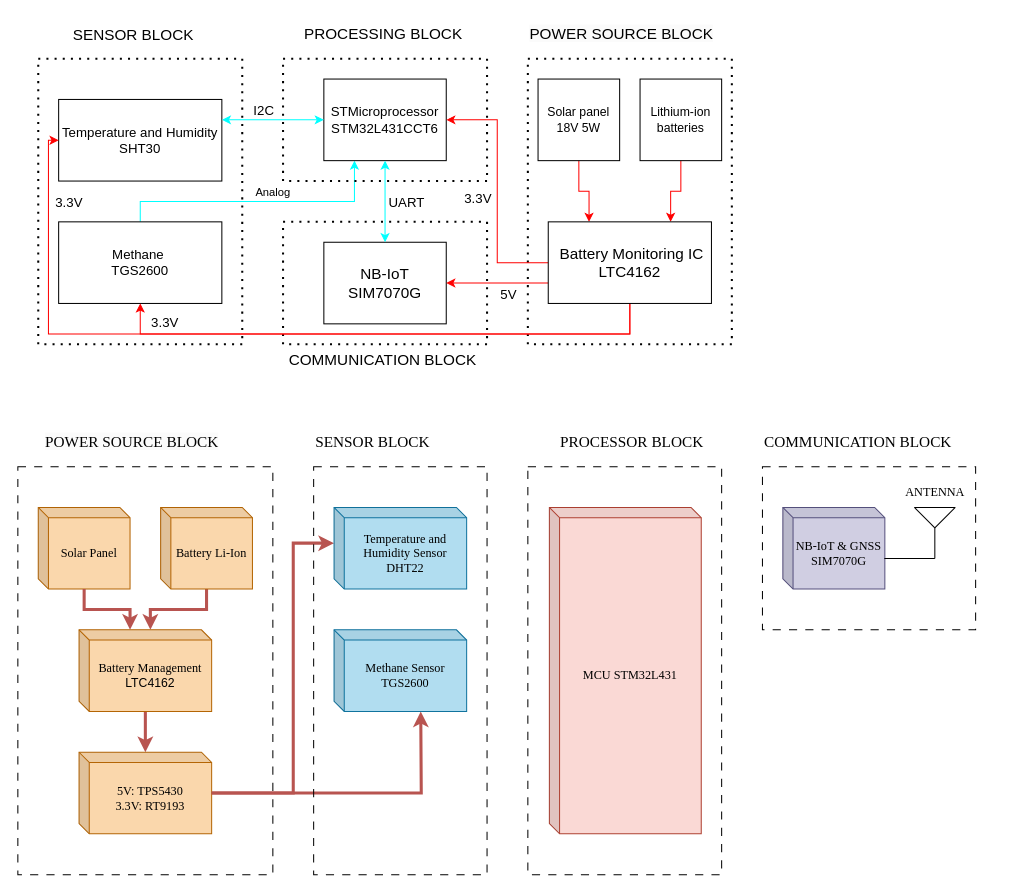
This is Project_overall.drawio from K2ayzz/ForDrawIO, a draw.io file, before an edit. Source tidied: cells renumbered, new cells numbered last; positions are measured from the earlier drawing's top-left corner, leaving out a move shared by most shapes. Both pictures are drawn from the tidied source at 102%, with x=0, y=0 at pixel (17, 17).
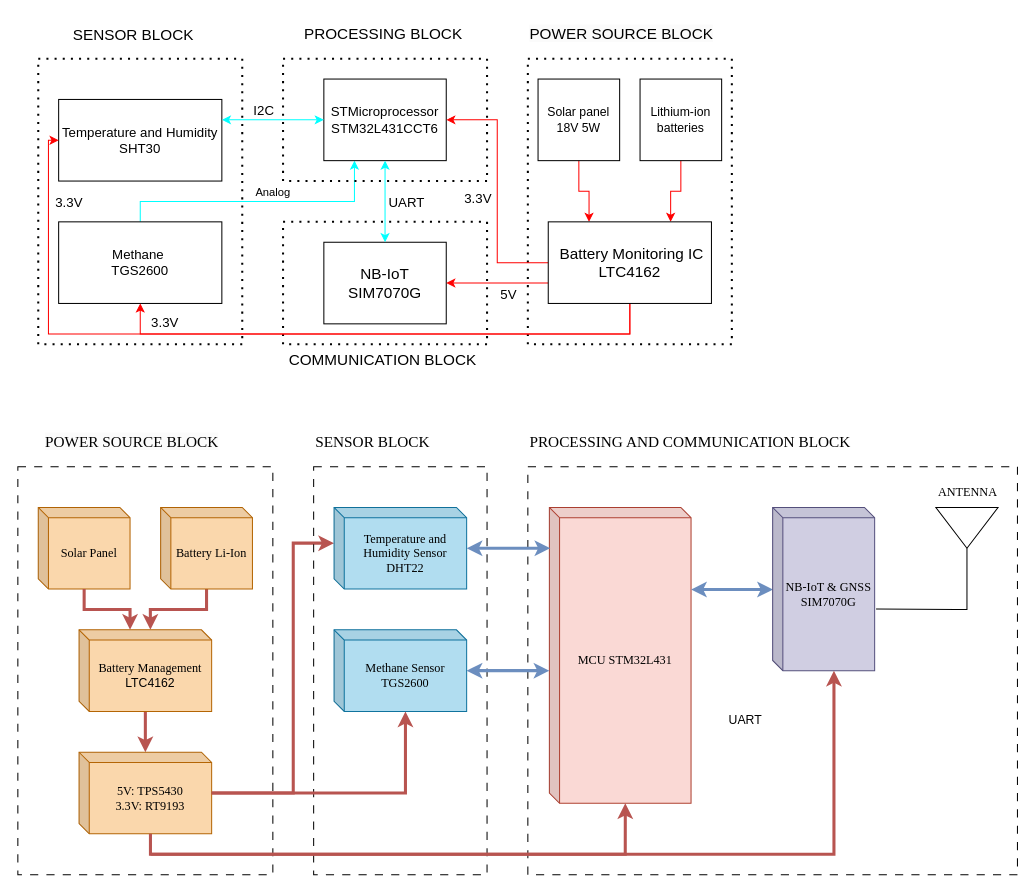
The same diagram, later.

Commit message (it also covers changes not shown here):
Cập nhật Project_overall.drawio

The change refers to these unchanged cells:
```xml
<mxCell id="44" value="&lt;font face=&quot;Times New Roman&quot;&gt;5V: TPS5430&lt;/font&gt;&lt;div&gt;&lt;font face=&quot;Times New Roman&quot;&gt;3.3V: RT9193&lt;/font&gt;&lt;/div&gt;" style="shape=cube;whiteSpace=wrap;html=1;boundedLbl=1;backgroundOutline=1;darkOpacity=0.05;darkOpacity2=0.1;size=10;fillColor=#fad7ac;strokeColor=#b46504;" parent="1" vertex="1">
  <mxGeometry x="60" y="720" width="130" height="80" as="geometry" />
</mxCell>
<mxCell id="58" value="&lt;font face=&quot;Times New Roman&quot;&gt;Temperature and Humidity Sensor DHT22&lt;/font&gt;" style="shape=cube;whiteSpace=wrap;html=1;boundedLbl=1;backgroundOutline=1;darkOpacity=0.05;darkOpacity2=0.1;size=10;fillColor=#b1ddf0;strokeColor=#10739e;" parent="1" vertex="1">
  <mxGeometry x="310" y="480" width="130" height="80" as="geometry" />
</mxCell>
<mxCell id="59" value="&lt;font face=&quot;Times New Roman&quot;&gt;Methane Sensor TGS2600&lt;/font&gt;" style="shape=cube;whiteSpace=wrap;html=1;boundedLbl=1;backgroundOutline=1;darkOpacity=0.05;darkOpacity2=0.1;size=10;fillColor=#b1ddf0;strokeColor=#10739e;" parent="1" vertex="1">
  <mxGeometry x="310" y="600" width="130" height="80" as="geometry" />
</mxCell>
```

The edit, as a diff of the source:
```diff
@@
-    <mxCell id="41" value="&lt;div style=&quot;text-align: center;&quot;&gt;&lt;span style=&quot;background-color: initial; font-size: 15px;&quot;&gt;&lt;font face=&quot;Times New Roman&quot;&gt;PROCESSOR BLOCK&lt;/font&gt;&lt;/span&gt;&lt;/div&gt;" style="text;whiteSpace=wrap;html=1;" parent="1" vertex="1">
-      <mxGeometry x="530" y="400" width="220" height="30" as="geometry" />
+    <mxCell id="41" value="&lt;div style=&quot;text-align: center;&quot;&gt;&lt;span style=&quot;background-color: initial; font-size: 15px;&quot;&gt;&lt;font face=&quot;Times New Roman&quot;&gt;PROCESSING AND COMMUNICATION BLOCK&lt;/font&gt;&lt;/span&gt;&lt;/div&gt;" style="text;whiteSpace=wrap;html=1;" parent="1" vertex="1">
+      <mxGeometry x="500" y="400" width="320" height="30" as="geometry" />
     </mxCell>
-    <mxCell id="42" value="&lt;div style=&quot;text-align: center;&quot;&gt;&lt;span style=&quot;background-color: initial; font-size: 15px;&quot;&gt;&lt;font face=&quot;Times New Roman&quot;&gt;COMMUNICATION BLOCK&lt;/font&gt;&lt;/span&gt;&lt;/div&gt;" style="text;whiteSpace=wrap;html=1;" parent="1" vertex="1">
-      <mxGeometry x="730" y="400" width="220" height="40" as="geometry" />
-    </mxCell>
     <mxCell id="43" value="&lt;font style=&quot;font-size: 12px;&quot; face=&quot;Times New Roman&quot;&gt;ANTENNA&lt;/font&gt;" style="text;html=1;align=center;verticalAlign=middle;strokeColor=none;fillColor=none;" parent="1" vertex="1">
-      <mxGeometry x="859" y="450" width="80" height="30" as="geometry" />
+      <mxGeometry x="890.5" y="450" width="80" height="30" as="geometry" />
     </mxCell>
@@
-    <mxCell id="45" style="edgeStyle=orthogonalEdgeStyle;rounded=0;jettySize=auto;html=1;entryX=0;entryY=0;entryDx=85;entryDy=80;entryPerimeter=0;fontFamily=Helvetica;fontSize=12;fontColor=default;fillColor=#f8cecc;gradientColor=#ea6b66;strokeColor=#b85450;strokeWidth=3;" parent="1" edge="1" source="44">
-      <mxGeometry relative="1" as="geometry">
-        <mxPoint x="395" y="680" as="targetPoint" />
-      </mxGeometry>
-    </mxCell>
@@
-    <mxCell id="49" style="rounded=0;whiteSpace=wrap;html=1;glass=0;fillColor=none;dashed=1;dashPattern=8 8;" parent="1" vertex="1">
-      <mxGeometry x="730" y="440" width="209" height="160" as="geometry" />
-    </mxCell>
-    <mxCell id="50" value="&lt;font face=&quot;Times New Roman&quot;&gt;NB-IoT &amp;amp; GNSS SIM7070G&lt;/font&gt;" style="shape=cube;whiteSpace=wrap;html=1;boundedLbl=1;backgroundOutline=1;darkOpacity=0.05;darkOpacity2=0.1;size=10;fillColor=#d0cee2;strokeColor=#56517e;" parent="1" vertex="1">
-      <mxGeometry x="750" y="480" width="100" height="80" as="geometry" />
-    </mxCell>
-    <mxCell id="51" style="endArrow=none;html=1;rounded=0;exitX=0.995;exitY=0.625;exitDx=0;exitDy=0;exitPerimeter=0;" parent="1" edge="1" source="50">
-      <mxGeometry relative="1" as="geometry">
-        <mxPoint x="899" y="530" as="targetPoint" />
-        <Array as="points">
-          <mxPoint x="889" y="530" />
-        </Array>
-      </mxGeometry>
-    </mxCell>
-    <mxCell id="52" style="endArrow=none;html=1;rounded=0;" parent="1" edge="1">
-      <mxGeometry relative="1" as="geometry">
-        <mxPoint x="899" y="500" as="sourcePoint" />
-        <mxPoint x="899" y="530" as="targetPoint" />
-      </mxGeometry>
-    </mxCell>
-    <mxCell id="53" style="endArrow=none;html=1;rounded=0;" parent="1" edge="1">
-      <mxGeometry relative="1" as="geometry">
-        <mxPoint x="879" y="480" as="sourcePoint" />
-        <mxPoint x="919" y="480" as="targetPoint" />
-      </mxGeometry>
-    </mxCell>
-    <mxCell id="54" style="endArrow=none;html=1;rounded=0;" parent="1" edge="1">
-      <mxGeometry relative="1" as="geometry">
-        <mxPoint x="879" y="480" as="sourcePoint" />
-        <mxPoint x="899" y="500" as="targetPoint" />
-      </mxGeometry>
-    </mxCell>
-    <mxCell id="55" style="endArrow=none;html=1;rounded=0;" parent="1" edge="1">
-      <mxGeometry relative="1" as="geometry">
-        <mxPoint x="899" y="500" as="sourcePoint" />
-        <mxPoint x="919" y="480" as="targetPoint" />
-      </mxGeometry>
-    </mxCell>
     <mxCell id="56" style="rounded=0;whiteSpace=wrap;html=1;glass=0;fillColor=none;dashed=1;dashPattern=8 8;" parent="1" vertex="1">
-      <mxGeometry x="500" y="440" width="190" height="400" as="geometry" />
+      <mxGeometry x="500" y="440" width="480" height="400" as="geometry" />
     </mxCell>
     <mxCell id="57" value="&lt;font face=&quot;Times New Roman&quot;&gt;MCU STM32L431&lt;/font&gt;" style="shape=cube;whiteSpace=wrap;html=1;boundedLbl=1;backgroundOutline=1;darkOpacity=0.05;darkOpacity2=0.1;size=10;fillColor=#fad9d5;strokeColor=#ae4132;" parent="1" vertex="1">
-      <mxGeometry x="521.1" y="480" width="148.9" height="320" as="geometry" />
+      <mxGeometry x="521.1" y="480" width="138.9" height="290" as="geometry" />
     </mxCell>
@@
+    <mxCell id="60" style="edgeStyle=orthogonalEdgeStyle;rounded=0;jettySize=auto;html=1;fontFamily=Helvetica;fontSize=12;fontColor=default;startArrow=classic;startFill=1;strokeWidth=3;fillColor=#dae8fc;gradientColor=#7ea6e0;strokeColor=#6c8ebf;" parent="1" edge="1" source="59" target="57">
+      <mxGeometry relative="1" as="geometry">
+        <Array as="points">
+          <mxPoint x="500" y="640" />
+          <mxPoint x="500" y="640" />
+        </Array>
+      </mxGeometry>
+    </mxCell>
@@
+    <mxCell id="61" style="edgeStyle=orthogonalEdgeStyle;rounded=0;jettySize=auto;html=1;fontFamily=Helvetica;fontSize=12;fontColor=default;startArrow=classic;startFill=1;fillColor=#dae8fc;gradientColor=#7ea6e0;strokeColor=#6c8ebf;strokeWidth=3;" parent="1" edge="1" source="58">
+      <mxGeometry relative="1" as="geometry">
+        <mxPoint x="522" y="520" as="targetPoint" />
+        <Array as="points">
+          <mxPoint x="522" y="520" />
+        </Array>
+      </mxGeometry>
+    </mxCell>
+    <mxCell id="62" style="edgeStyle=orthogonalEdgeStyle;rounded=0;jettySize=auto;html=1;entryX=0.003;entryY=0.503;entryDx=0;entryDy=0;entryPerimeter=0;fontFamily=Helvetica;fontSize=12;fontColor=default;startArrow=classic;startFill=1;strokeWidth=3;fillColor=#dae8fc;gradientColor=#7ea6e0;strokeColor=#6c8ebf;" parent="1" edge="1" source="57" target="50">
+      <mxGeometry relative="1" as="geometry">
+        <Array as="points">
+          <mxPoint x="740" y="560" />
+        </Array>
+      </mxGeometry>
+    </mxCell>
+    <mxCell id="63" value="UART" style="edgeLabel;html=1;align=center;verticalAlign=middle;rounded=0;strokeColor=default;fontFamily=Helvetica;fontSize=12;fontColor=default;fillColor=default;" parent="62" vertex="1">
+      <mxGeometry x="-0.16" y="-2" relative="1" as="geometry">
+        <mxPoint x="18" y="126" as="offset" />
+      </mxGeometry>
+    </mxCell>
+    <mxCell id="64" style="edgeStyle=orthogonalEdgeStyle;rounded=0;jettySize=auto;html=1;fontFamily=Helvetica;fontSize=12;fontColor=default;strokeWidth=3;fillColor=#f8cecc;gradientColor=#ea6b66;strokeColor=#b85450;entryX=0;entryY=0;entryDx=74.445;entryDy=290;entryPerimeter=0;" parent="1" edge="1" source="44" target="57">
+      <mxGeometry relative="1" as="geometry">
+        <Array as="points">
+          <mxPoint x="130" y="820" />
+          <mxPoint x="596" y="820" />
+        </Array>
+      </mxGeometry>
+    </mxCell>
+    <mxCell id="65" style="triangle;whiteSpace=wrap;html=1;rounded=0;strokeColor=default;align=center;verticalAlign=middle;fontFamily=Helvetica;fontSize=12;fontColor=default;fillColor=default;direction=south;" parent="1" vertex="1">
+      <mxGeometry x="900" y="480" width="61" height="40" as="geometry" />
+    </mxCell>
+    <mxCell id="66" style="edgeStyle=orthogonalEdgeStyle;rounded=0;jettySize=auto;html=1;entryX=1.014;entryY=0.622;entryDx=0;entryDy=0;entryPerimeter=0;fontFamily=Helvetica;fontSize=12;fontColor=default;endArrow=none;endFill=0;" parent="1" edge="1" source="65">
+      <mxGeometry relative="1" as="geometry">
+        <mxPoint x="841.4" y="579.5" as="targetPoint" />
+        <Array as="points">
+          <mxPoint x="930" y="580" />
+          <mxPoint x="920" y="580" />
+        </Array>
+      </mxGeometry>
+    </mxCell>
+    <mxCell id="50" value="&lt;font face=&quot;Times New Roman&quot;&gt;NB-IoT &amp;amp; GNSS SIM7070G&lt;/font&gt;" style="shape=cube;whiteSpace=wrap;html=1;boundedLbl=1;backgroundOutline=1;darkOpacity=0.05;darkOpacity2=0.1;size=10;fillColor=#d0cee2;strokeColor=#56517e;" parent="1" vertex="1">
+      <mxGeometry x="740" y="480" width="100" height="160" as="geometry" />
+    </mxCell>
+    <mxCell id="67" style="edgeStyle=orthogonalEdgeStyle;rounded=0;orthogonalLoop=1;jettySize=auto;html=1;fontFamily=Helvetica;fontSize=12;fontColor=default;fillColor=#f8cecc;gradientColor=#ea6b66;strokeColor=#b85450;strokeWidth=3;" parent="1" edge="1">
+      <mxGeometry relative="1" as="geometry">
+        <mxPoint x="130" y="820" as="sourcePoint" />
+        <mxPoint x="800.1" y="640" as="targetPoint" />
+        <Array as="points">
+          <mxPoint x="800" y="820" />
+        </Array>
+      </mxGeometry>
+    </mxCell>
+    <mxCell id="68" style="edgeStyle=orthogonalEdgeStyle;rounded=0;jettySize=auto;html=1;entryX=0;entryY=0;entryDx=70;entryDy=80;entryPerimeter=0;fontFamily=Helvetica;fontSize=12;fontColor=default;fillColor=#f8cecc;gradientColor=#ea6b66;strokeColor=#b85450;strokeWidth=3;" parent="1" edge="1" source="44" target="59">
+      <mxGeometry relative="1" as="geometry" />
+    </mxCell>
```
